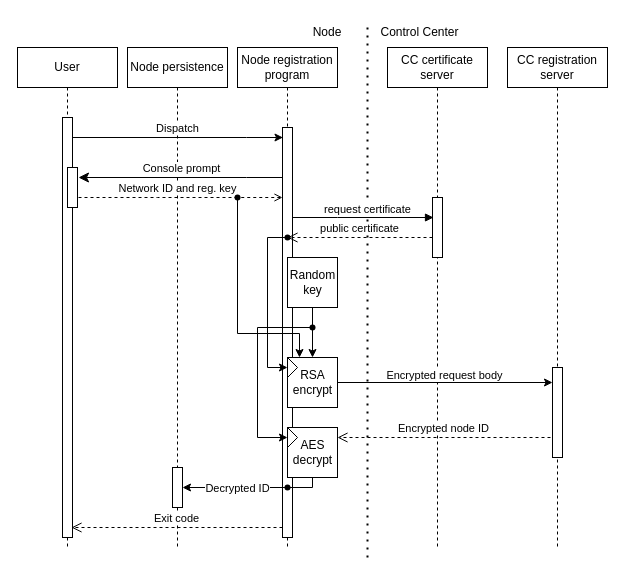
Before: page "ijam-reg" (1 of 8) of docs/media/drawio/ijam.drawio in michaelg29/JAMScript-OTA, a draw.io diagram. Source tidied: cells renumbered, new cells numbered last; positions are measured from the earlier drawing's top-left corner, leaving out a move shared by most shapes. Both pictures are drawn from the tidied source at 100%, with x=0, y=0 at pixel (17, 17).
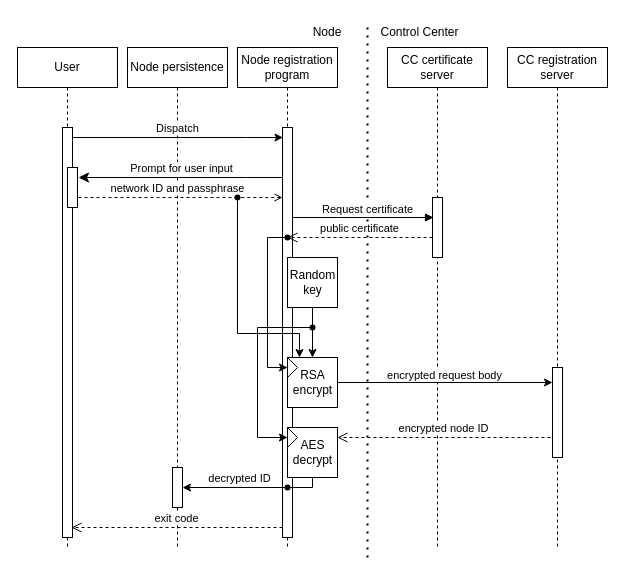
The same diagram, later.

Unchanged cells that the change refers to:
```xml
<mxCell id="3" value="User" style="shape=umlLifeline;perimeter=lifelinePerimeter;whiteSpace=wrap;html=1;newEdgeStyle={&quot;edgeStyle&quot;:&quot;elbowEdgeStyle&quot;,&quot;elbow&quot;:&quot;vertical&quot;,&quot;curved&quot;:0,&quot;rounded&quot;:0};labelBackgroundColor=#FFFFFF;" parent="1" vertex="1">
  <mxGeometry y="30" width="100" height="500" as="geometry" />
</mxCell>
<mxCell id="7" style="html=1;points=[];perimeter=orthogonalPerimeter;outlineConnect=0;targetShapes=umlLifeline;portConstraint=eastwest;newEdgeStyle={&quot;edgeStyle&quot;:&quot;elbowEdgeStyle&quot;,&quot;elbow&quot;:&quot;vertical&quot;,&quot;curved&quot;:0,&quot;rounded&quot;:0};labelBackgroundColor=#FFFFFF;" parent="6" vertex="1">
  <mxGeometry x="45" y="80" width="10" height="410" as="geometry" />
</mxCell>
<mxCell id="24" style="endArrow=classic;html=1;rounded=0;labelBackgroundColor=#FFFFFF;" parent="1" edge="1" source="8" target="17">
  <mxGeometry relative="1" as="geometry" />
</mxCell>
<mxCell id="34" style="edgeStyle=orthogonalEdgeStyle;rounded=0;jettySize=auto;html=1;labelBackgroundColor=#FFFFFF;" parent="1" edge="1" source="36" target="33">
  <mxGeometry relative="1" as="geometry" />
</mxCell>
```

Diff of the diagram source:
```diff
@@
     <mxCell id="4" style="html=1;perimeter=orthogonalPerimeter;targetShapes=umlLifeline;newEdgeStyle={&quot;edgeStyle&quot;:&quot;elbowEdgeStyle&quot;,&quot;elbow&quot;:&quot;vertical&quot;,&quot;curved&quot;:0,&quot;rounded&quot;:0};labelBackgroundColor=#FFFFFF;" parent="3" vertex="1">
-      <mxGeometry x="45" y="70" width="10" height="420" as="geometry" />
+      <mxGeometry x="45" y="80" width="10" height="410" as="geometry" />
     </mxCell>
@@
-    <mxCell id="18" value="request certificate" style="html=1;verticalAlign=bottom;endArrow=block;edgeStyle=elbowEdgeStyle;elbow=vertical;curved=0;rounded=0;labelBackgroundColor=#FFFFFF;" parent="1" edge="1" source="7">
+    <mxCell id="18" value="Request certificate" style="html=1;verticalAlign=bottom;endArrow=block;edgeStyle=elbowEdgeStyle;elbow=vertical;curved=0;rounded=0;labelBackgroundColor=#FFFFFF;" parent="1" edge="1" source="7">
       <mxGeometry x="0.06" y="-1" relative="1" as="geometry">
         <mxPoint x="416" y="200" as="targetPoint" />
         <Array as="points">
           <mxPoint x="320" y="200" />
         </Array>
       </mxGeometry>
     </mxCell>
@@
-    <mxCell id="25" value="Encrypted request body" style="edgeLabel;html=1;align=center;verticalAlign=middle;labelBackgroundColor=#FFFFFF;" parent="24" vertex="1">
+    <mxCell id="25" value="encrypted request body" style="edgeLabel;html=1;align=center;verticalAlign=middle;labelBackgroundColor=#FFFFFF;" parent="24" vertex="1">
       <mxGeometry relative="1" as="geometry">
         <mxPoint x="-2" y="-8" as="offset" />
       </mxGeometry>
     </mxCell>
@@
-    <mxCell id="27" value="Encrypted node ID" style="html=1;verticalAlign=bottom;endArrow=open;dashed=1;endSize=8;edgeStyle=elbowEdgeStyle;elbow=vertical;curved=0;rounded=0;labelBackgroundColor=#FFFFFF;" parent="1" edge="1">
+    <mxCell id="27" value="encrypted node ID" style="html=1;verticalAlign=bottom;endArrow=open;dashed=1;endSize=8;edgeStyle=elbowEdgeStyle;elbow=vertical;curved=0;rounded=0;labelBackgroundColor=#FFFFFF;" parent="1" edge="1">
       <mxGeometry relative="1" as="geometry">
         <mxPoint x="533" y="420" as="sourcePoint" />
         <mxPoint x="320" y="420" as="targetPoint" />
         <Array as="points">
           <mxPoint x="495" y="420" />
         </Array>
       </mxGeometry>
     </mxCell>
@@
-    <mxCell id="35" value="Decrypted ID" style="edgeLabel;html=1;align=center;verticalAlign=middle;labelBackgroundColor=#FFFFFF;" parent="34" vertex="1">
-      <mxGeometry x="-0.02" relative="1" as="geometry" />
+    <mxCell id="35" value="decrypted ID" style="edgeLabel;html=1;align=center;verticalAlign=middle;labelBackgroundColor=#FFFFFF;" parent="34" vertex="1">
+      <mxGeometry x="-0.02" relative="1" as="geometry">
+        <mxPoint x="2" y="-10" as="offset" />
+      </mxGeometry>
     </mxCell>
@@
-    <mxCell id="38" value="Exit code" style="html=1;verticalAlign=bottom;endArrow=open;dashed=1;endSize=8;edgeStyle=elbowEdgeStyle;elbow=vertical;curved=0;rounded=0;labelBackgroundColor=#FFFFFF;" parent="1" edge="1">
+    <mxCell id="38" value="exit code" style="html=1;verticalAlign=bottom;endArrow=open;dashed=1;endSize=8;edgeStyle=elbowEdgeStyle;elbow=vertical;curved=0;rounded=0;labelBackgroundColor=#FFFFFF;" parent="1" edge="1">
       <mxGeometry relative="1" as="geometry">
         <mxPoint x="265" y="510" as="sourcePoint" />
         <mxPoint x="54" y="510" as="targetPoint" />
         <Array as="points">
           <mxPoint x="228.5" y="510" />
         </Array>
       </mxGeometry>
     </mxCell>
@@
-    <mxCell id="40" value="Console prompt" style="html=1;verticalAlign=bottom;endArrow=classic;endSize=8;edgeStyle=elbowEdgeStyle;elbow=vertical;curved=0;rounded=0;labelBackgroundColor=#FFFFFF;endFill=1;" parent="1" edge="1">
+    <mxCell id="40" value="Prompt for user input" style="html=1;verticalAlign=bottom;endArrow=classic;endSize=8;edgeStyle=elbowEdgeStyle;elbow=vertical;curved=0;rounded=0;labelBackgroundColor=#FFFFFF;endFill=1;" parent="1" edge="1">
       <mxGeometry relative="1" as="geometry">
         <mxPoint x="265.5" y="160" as="sourcePoint" />
         <mxPoint x="61" y="160" as="targetPoint" />
         <Array as="points">
           <mxPoint x="229" y="160" />
         </Array>
       </mxGeometry>
     </mxCell>
-    <mxCell id="41" value="Network ID and reg. key" style="html=1;verticalAlign=bottom;endArrow=none;endSize=8;edgeStyle=elbowEdgeStyle;elbow=vertical;curved=0;rounded=0;labelBackgroundColor=#FFFFFF;startArrow=none;startFill=0;endFill=0;dashed=1;" parent="1" edge="1">
+    <mxCell id="41" value="network ID and passphrase" style="html=1;verticalAlign=bottom;endArrow=none;endSize=8;edgeStyle=elbowEdgeStyle;elbow=vertical;curved=0;rounded=0;labelBackgroundColor=#FFFFFF;startArrow=none;startFill=0;endFill=0;dashed=1;" parent="1" edge="1">
       <mxGeometry x="-0.25" relative="1" as="geometry">
         <mxPoint x="220" y="180" as="sourcePoint" />
         <mxPoint x="60" y="180" as="targetPoint" />
       </mxGeometry>
     </mxCell>
```
